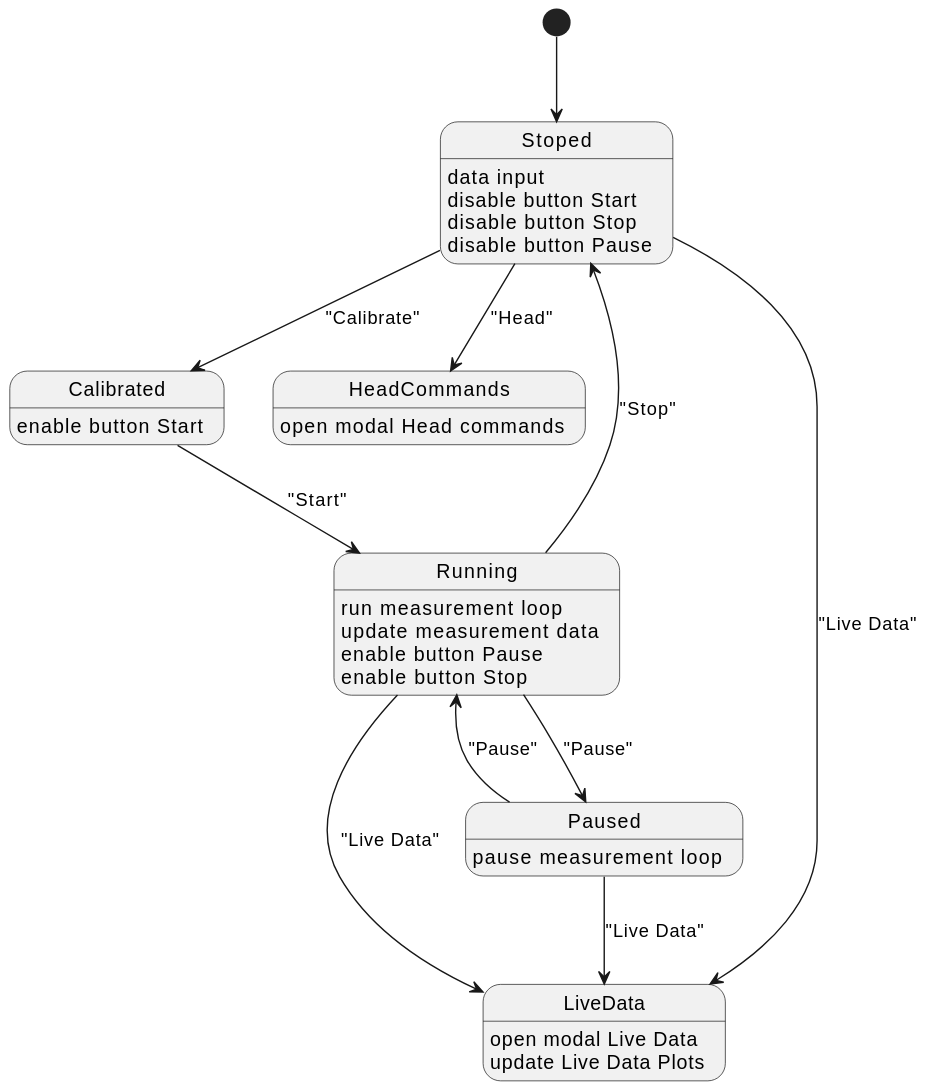
Above: out/design/zustandsdiagramm/Zustandsdiagramm.svg in luki0502/antscan (PlantUML), before the change.
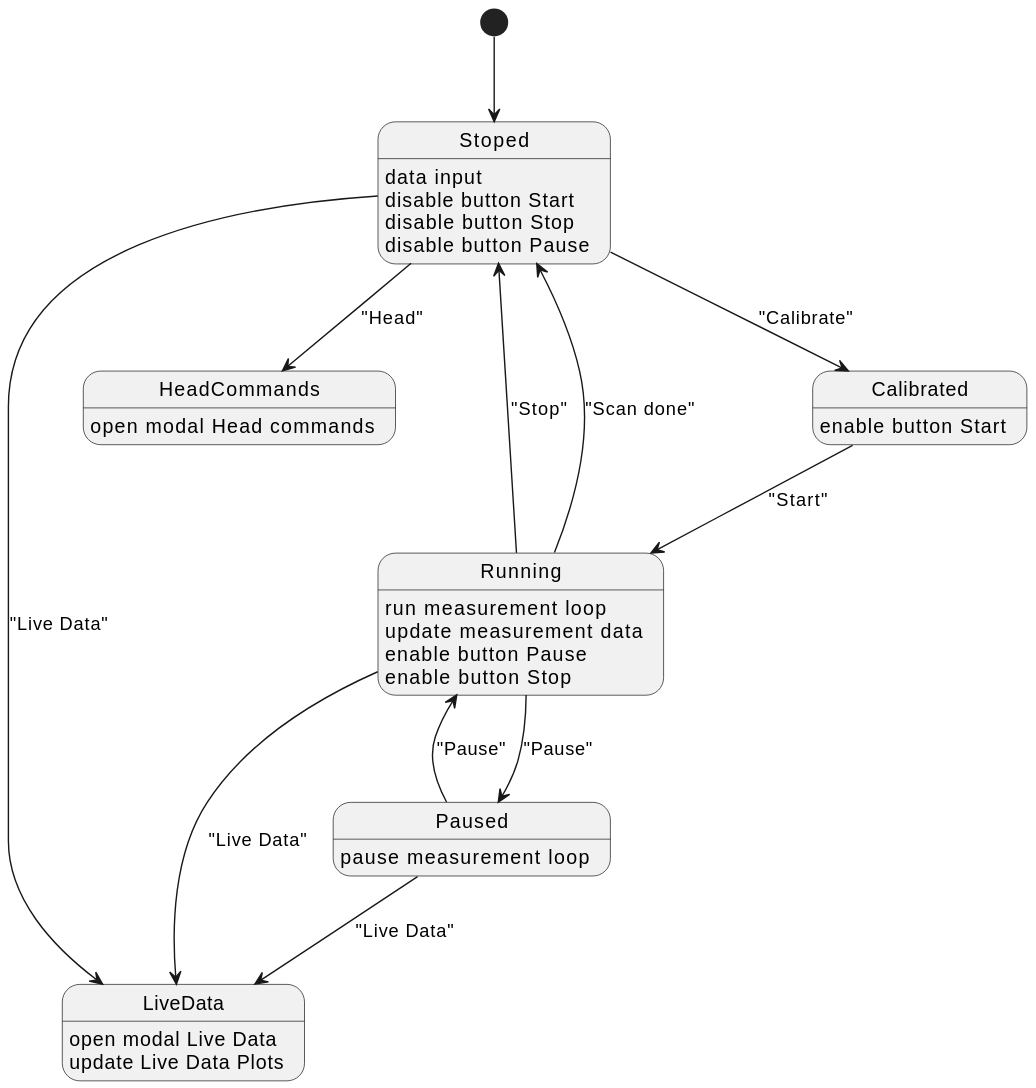
After the change.

Change to the diagram source:
```diff
@@ -6,6 +6,7 @@
 Calibrated --> Running : "Start"
 Running --> Paused : "Pause"
 Running --> Stoped : "Stop"
+Running --> Stoped : "Scan done"
 Paused --> Running : "Pause"
 Stoped --> LiveData : "Live Data"
 Running --> LiveData : "Live Data"
```
